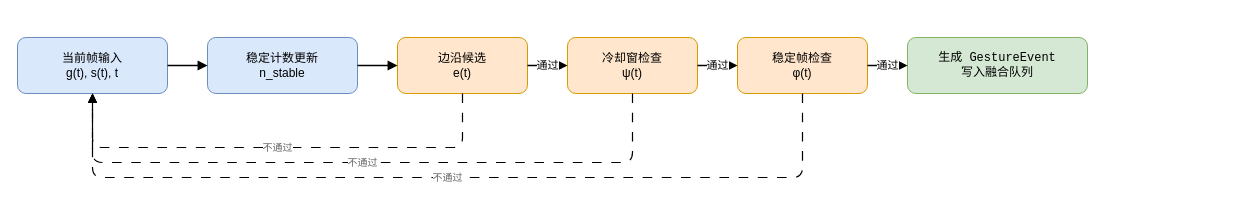
Before: figure/3-4-gesture-edge-window-flow.drawio in MmdArchimedes/zjuthesis-thesis, a draw.io diagram. Source tidied: cells renumbered, new cells numbered last; positions are measured from the earlier drawing's top-left corner, leaving out a move shared by most shapes. Both pictures are drawn from the tidied source at 100%, with x=0, y=0 at pixel (17, 37).
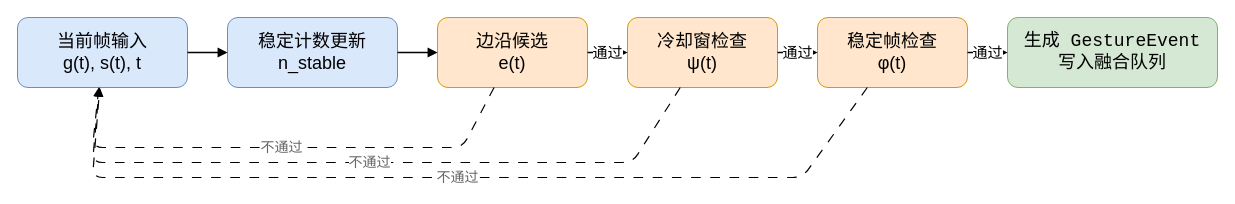
The same page after the edit.

Change to the diagram source:
```diff
@@
-    <mxCell id="2" value="当前帧输入&#10;g(t), s(t), t" style="rounded=1;whiteSpace=wrap;html=1;fillColor=#dae8fc;strokeColor=#6c8ebf;fontSize=12;" parent="1" vertex="1">
-      <mxGeometry width="150" height="56" as="geometry" />
+    <mxCell id="2" value="当前帧输入&#10;g(t), s(t), t" style="rounded=1;whiteSpace=wrap;html=1;fillColor=#dae8fc;strokeColor=#6c8ebf;fontSize=18;" parent="1" vertex="1">
+      <mxGeometry y="-20" width="170" height="70" as="geometry" />
     </mxCell>
-    <mxCell id="3" value="稳定计数更新&#10;n_stable" style="rounded=1;whiteSpace=wrap;html=1;fillColor=#dae8fc;strokeColor=#6c8ebf;fontSize=12;" parent="1" vertex="1">
-      <mxGeometry x="190" width="150" height="56" as="geometry" />
+    <mxCell id="3" value="稳定计数更新&#10;n_stable" style="rounded=1;whiteSpace=wrap;html=1;fillColor=#dae8fc;strokeColor=#6c8ebf;fontSize=18;" parent="1" vertex="1">
+      <mxGeometry x="210" y="-20" width="170" height="70" as="geometry" />
     </mxCell>
-    <mxCell id="4" value="边沿候选&#10;e(t)" style="rounded=1;whiteSpace=wrap;html=1;fillColor=#ffe6cc;strokeColor=#d79b00;fontSize=12;" parent="1" vertex="1">
-      <mxGeometry x="380" width="130" height="56" as="geometry" />
+    <mxCell id="4" value="边沿候选&#10;e(t)" style="rounded=1;whiteSpace=wrap;html=1;fillColor=#ffe6cc;strokeColor=#d79b00;fontSize=18;" parent="1" vertex="1">
+      <mxGeometry x="420" y="-20" width="150" height="70" as="geometry" />
     </mxCell>
-    <mxCell id="5" value="冷却窗检查&#10;ψ(t)" style="rounded=1;whiteSpace=wrap;html=1;fillColor=#ffe6cc;strokeColor=#d79b00;fontSize=12;" parent="1" vertex="1">
-      <mxGeometry x="550" width="130" height="56" as="geometry" />
+    <mxCell id="5" value="冷却窗检查&#10;ψ(t)" style="rounded=1;whiteSpace=wrap;html=1;fillColor=#ffe6cc;strokeColor=#d79b00;fontSize=18;" parent="1" vertex="1">
+      <mxGeometry x="610" y="-20" width="150" height="70" as="geometry" />
     </mxCell>
-    <mxCell id="6" value="稳定帧检查&#10;φ(t)" style="rounded=1;whiteSpace=wrap;html=1;fillColor=#ffe6cc;strokeColor=#d79b00;fontSize=12;" parent="1" vertex="1">
-      <mxGeometry x="720" width="130" height="56" as="geometry" />
+    <mxCell id="6" value="稳定帧检查&#10;φ(t)" style="rounded=1;whiteSpace=wrap;html=1;fillColor=#ffe6cc;strokeColor=#d79b00;fontSize=18;" parent="1" vertex="1">
+      <mxGeometry x="800" y="-20" width="150" height="70" as="geometry" />
     </mxCell>
-    <mxCell id="7" value="生成 GestureEvent&#10;写入融合队列" style="rounded=1;whiteSpace=wrap;html=1;fillColor=#d5e8d4;strokeColor=#82b366;fontSize=12;fontFamily=Courier New;" parent="1" vertex="1">
-      <mxGeometry x="890" width="180" height="56" as="geometry" />
+    <mxCell id="7" value="生成 GestureEvent&#10;写入融合队列" style="rounded=1;whiteSpace=wrap;html=1;fillColor=#d5e8d4;strokeColor=#82b366;fontSize=18;fontFamily=Courier New;" parent="1" vertex="1">
+      <mxGeometry x="990" y="-20" width="210" height="70" as="geometry" />
     </mxCell>
@@
-    <mxCell id="10" value="通过" style="endArrow=block;html=1;strokeWidth=1.5;fontSize=11;" parent="1" edge="1" source="4" target="5">
+    <mxCell id="10" value="通过" style="endArrow=block;html=1;strokeWidth=1.5;fontSize=15;" parent="1" edge="1" source="4" target="5">
       <mxGeometry relative="1" as="geometry" />
     </mxCell>
-    <mxCell id="11" value="通过" style="endArrow=block;html=1;strokeWidth=1.5;fontSize=11;" parent="1" edge="1" source="5" target="6">
+    <mxCell id="11" value="通过" style="endArrow=block;html=1;strokeWidth=1.5;fontSize=15;" parent="1" edge="1" source="5" target="6">
       <mxGeometry relative="1" as="geometry" />
     </mxCell>
-    <mxCell id="12" value="通过" style="endArrow=block;html=1;strokeWidth=1.5;fontSize=11;" parent="1" edge="1" source="6" target="7">
+    <mxCell id="12" value="通过" style="endArrow=block;html=1;strokeWidth=1.5;fontSize=15;" parent="1" edge="1" source="6" target="7">
       <mxGeometry relative="1" as="geometry" />
     </mxCell>
-    <mxCell id="13" value="不通过" style="endArrow=block;html=1;strokeWidth=1.2;dashed=1;dashPattern=8 8;fontSize=10;fontColor=#666666;" parent="1" edge="1" source="4" target="2">
+    <mxCell id="13" value="不通过" style="endArrow=block;html=1;strokeWidth=1.2;dashed=1;dashPattern=8 8;fontSize=14;fontColor=#666666;" parent="1" edge="1" source="4" target="2">
       <mxGeometry relative="1" as="geometry">
         <Array as="points">
           <mxPoint x="445" y="110" />
           <mxPoint x="75" y="110" />
         </Array>
       </mxGeometry>
     </mxCell>
-    <mxCell id="14" value="不通过" style="endArrow=block;html=1;strokeWidth=1.2;dashed=1;dashPattern=8 8;fontSize=10;fontColor=#666666;" parent="1" edge="1" source="5" target="2">
+    <mxCell id="14" value="不通过" style="endArrow=block;html=1;strokeWidth=1.2;dashed=1;dashPattern=8 8;fontSize=14;fontColor=#666666;" parent="1" edge="1" source="5" target="2">
       <mxGeometry relative="1" as="geometry">
         <Array as="points">
           <mxPoint x="615" y="125" />
           <mxPoint x="75" y="125" />
         </Array>
       </mxGeometry>
     </mxCell>
-    <mxCell id="15" value="不通过" style="endArrow=block;html=1;strokeWidth=1.2;dashed=1;dashPattern=8 8;fontSize=10;fontColor=#666666;" parent="1" edge="1" source="6" target="2">
+    <mxCell id="15" value="不通过" style="endArrow=block;html=1;strokeWidth=1.2;dashed=1;dashPattern=8 8;fontSize=14;fontColor=#666666;" parent="1" edge="1" source="6" target="2">
       <mxGeometry relative="1" as="geometry">
         <Array as="points">
           <mxPoint x="785" y="140" />
           <mxPoint x="75" y="140" />
         </Array>
       </mxGeometry>
     </mxCell>
```
